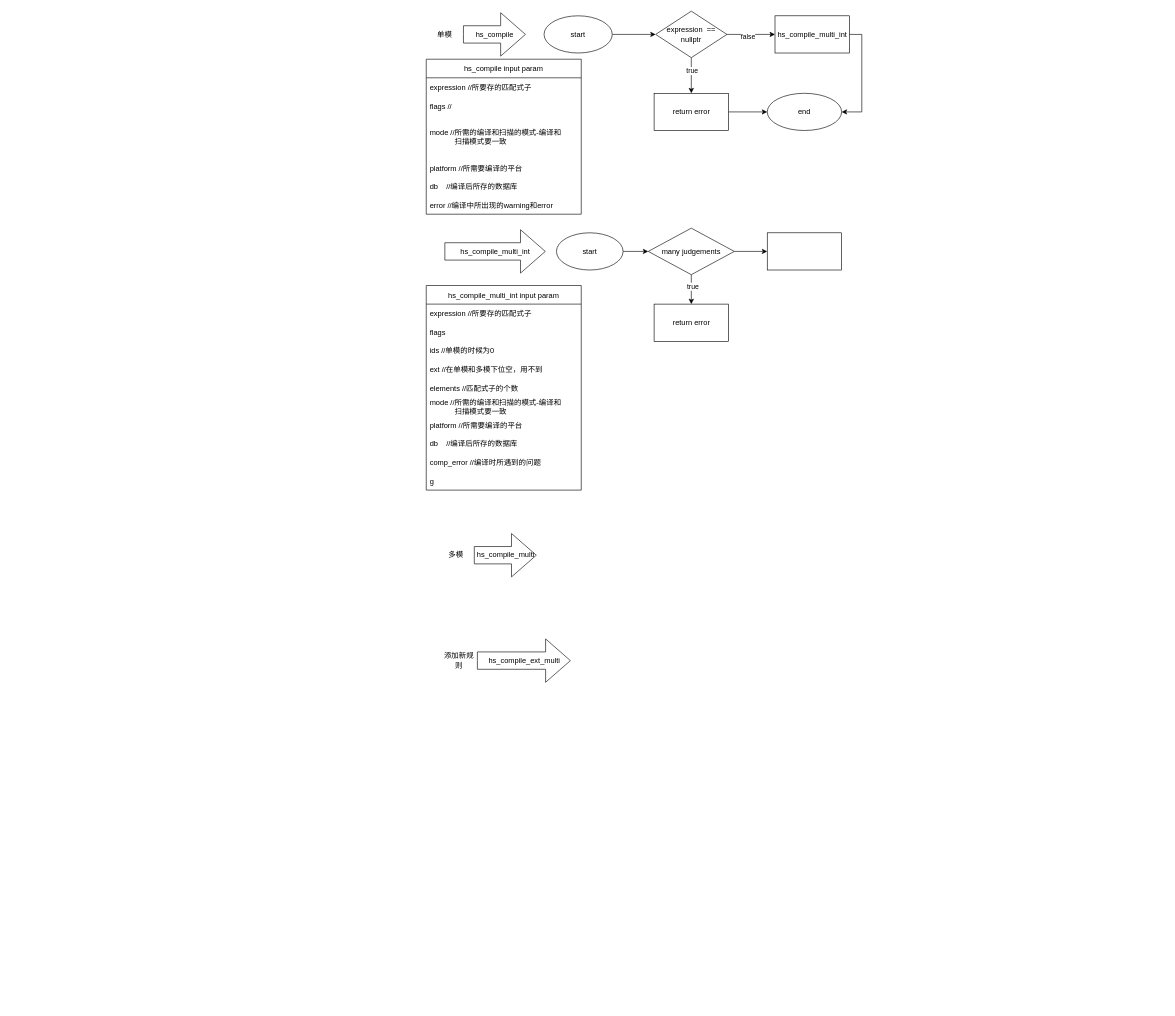
The draw.io diagram HyperScan.drawio in ycyite/HyperScanLearning, before the edit. Source tidied: cells renumbered, new cells numbered last; positions are measured from the earlier drawing's top-left corner, leaving out a move shared by most shapes. Both pictures are drawn from the tidied source at 62%, with x=0, y=0 at pixel (426, 11).
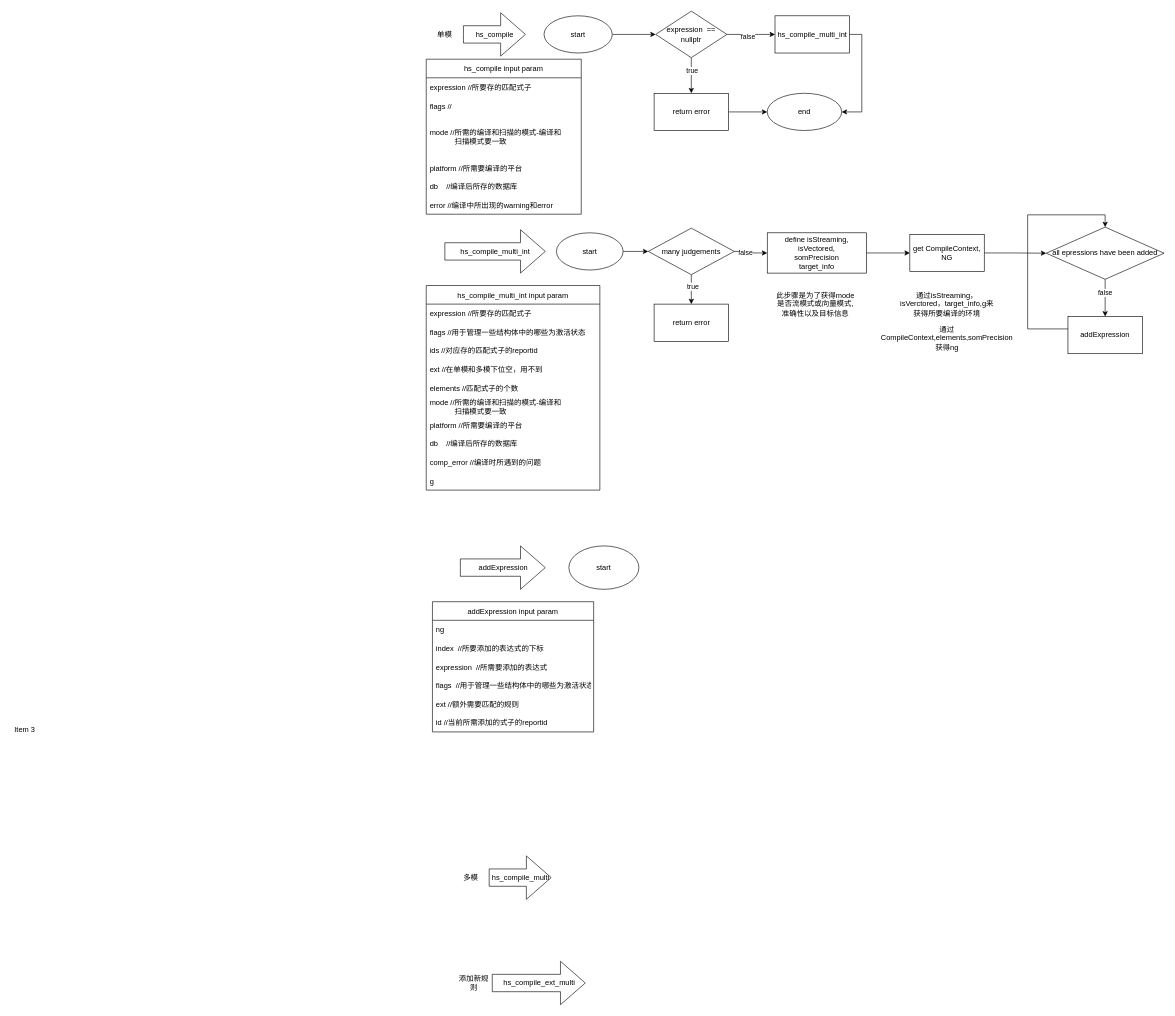
After the change.

Unchanged cells that the change refers to:
```xml
<mxCell id="43" style="edgeStyle=orthogonalEdgeStyle;rounded=0;jettySize=auto;html=1;" parent="1" edge="1" source="44" target="46">
  <mxGeometry relative="1" as="geometry" />
</mxCell>
```

Diff of the diagram source:
```diff
@@
     <mxCell id="3" value="hs_compile_multi" style="html=1;shadow=0;dashed=0;align=center;verticalAlign=middle;shape=mxgraph.arrows2.arrow;dy=0.6;dx=40;notch=0;" parent="1" vertex="1">
-      <mxGeometry x="77.5" y="842" width="100" height="70" as="geometry" />
+      <mxGeometry x="101.5" y="1362" width="100" height="70" as="geometry" />
     </mxCell>
@@
     <mxCell id="5" value="多模" style="text;html=1;strokeColor=none;fillColor=none;align=center;verticalAlign=middle;whiteSpace=wrap;rounded=0;" parent="1" vertex="1">
-      <mxGeometry x="17.5" y="862" width="60" height="30" as="geometry" />
+      <mxGeometry x="41.5" y="1382" width="60" height="30" as="geometry" />
     </mxCell>
     <mxCell id="6" value="hs_compile_ext_multi" style="html=1;shadow=0;dashed=0;align=center;verticalAlign=middle;shape=mxgraph.arrows2.arrow;dy=0.6;dx=40;notch=0;" parent="1" vertex="1">
-      <mxGeometry x="82.5" y="1012" width="150" height="70" as="geometry" />
+      <mxGeometry x="106.5" y="1532" width="150" height="70" as="geometry" />
     </mxCell>
     <mxCell id="7" value="添加新规则" style="text;html=1;strokeColor=none;fillColor=none;align=center;verticalAlign=middle;whiteSpace=wrap;rounded=0;" parent="1" vertex="1">
-      <mxGeometry x="22.5" y="1032" width="60" height="30" as="geometry" />
+      <mxGeometry x="46.5" y="1552" width="60" height="30" as="geometry" />
     </mxCell>
@@
     <mxCell id="28" value="hs_compile_multi_int input param" style="swimlane;fontStyle=0;horizontal=1;startSize=30;" parent="1" vertex="1">
-      <mxGeometry y="442" width="250" height="330" as="geometry" />
+      <mxGeometry y="442" width="280" height="330" as="geometry" />
     </mxCell>
     <mxCell id="29" value="expression //所要存的匹配式子" style="text;strokeColor=none;fillColor=none;align=left;verticalAlign=middle;spacingLeft=4;spacingRight=4;overflow=hidden;" parent="28" vertex="1">
-      <mxGeometry y="30" width="250" height="30" as="geometry" />
+      <mxGeometry y="30" width="280" height="30" as="geometry" />
     </mxCell>
-    <mxCell id="30" value="flags" style="text;strokeColor=none;fillColor=none;align=left;verticalAlign=middle;spacingLeft=4;spacingRight=4;overflow=hidden;" parent="28" vertex="1">
-      <mxGeometry y="60" width="250" height="30" as="geometry" />
+    <mxCell id="30" value="flags //用于管理一些结构体中的哪些为激活状态" style="text;strokeColor=none;fillColor=none;align=left;verticalAlign=middle;spacingLeft=4;spacingRight=4;overflow=hidden;" parent="28" vertex="1">
+      <mxGeometry y="60" width="280" height="30" as="geometry" />
     </mxCell>
-    <mxCell id="31" value="ids //单模的时候为0" style="text;strokeColor=none;fillColor=none;align=left;verticalAlign=middle;spacingLeft=4;spacingRight=4;overflow=hidden;" parent="28" vertex="1">
-      <mxGeometry y="90" width="250" height="30" as="geometry" />
+    <mxCell id="31" value="ids //对应存的匹配式子的reportid" style="text;strokeColor=none;fillColor=none;align=left;verticalAlign=middle;spacingLeft=4;spacingRight=4;overflow=hidden;" parent="28" vertex="1">
+      <mxGeometry y="90" width="280" height="30" as="geometry" />
     </mxCell>
     <mxCell id="32" value="ext //在单模和多模下位空，用不到" style="text;strokeColor=none;fillColor=none;align=left;verticalAlign=middle;spacingLeft=4;spacingRight=4;overflow=hidden;" parent="28" vertex="1">
-      <mxGeometry y="120" width="250" height="30" as="geometry" />
+      <mxGeometry y="120" width="280" height="30" as="geometry" />
     </mxCell>
     <mxCell id="33" value="elements //匹配式子的个数" style="text;strokeColor=none;fillColor=none;align=left;verticalAlign=middle;spacingLeft=4;spacingRight=4;overflow=hidden;" parent="28" vertex="1">
-      <mxGeometry y="150" width="250" height="30" as="geometry" />
+      <mxGeometry y="150" width="280" height="30" as="geometry" />
     </mxCell>
     <mxCell id="34" value="mode //所需的编译和扫描的模式-编译和&#10;            扫描模式要一致" style="text;strokeColor=none;fillColor=none;align=left;verticalAlign=middle;spacingLeft=4;spacingRight=4;overflow=hidden;" parent="28" vertex="1">
-      <mxGeometry y="180" width="250" height="30" as="geometry" />
+      <mxGeometry y="180" width="280" height="30" as="geometry" />
     </mxCell>
     <mxCell id="35" value="platform //所需要编译的平台" style="text;strokeColor=none;fillColor=none;align=left;verticalAlign=middle;spacingLeft=4;spacingRight=4;overflow=hidden;" parent="28" vertex="1">
-      <mxGeometry y="210" width="250" height="30" as="geometry" />
+      <mxGeometry y="210" width="280" height="30" as="geometry" />
     </mxCell>
     <mxCell id="36" value="db    //编译后所存的数据库" style="text;strokeColor=none;fillColor=none;align=left;verticalAlign=middle;spacingLeft=4;spacingRight=4;overflow=hidden;" parent="28" vertex="1">
-      <mxGeometry y="240" width="250" height="30" as="geometry" />
+      <mxGeometry y="240" width="280" height="30" as="geometry" />
     </mxCell>
     <mxCell id="37" value="comp_error //编译时所遇到的问题" style="text;strokeColor=none;fillColor=none;align=left;verticalAlign=middle;spacingLeft=4;spacingRight=4;overflow=hidden;" parent="28" vertex="1">
-      <mxGeometry y="270" width="250" height="30" as="geometry" />
+      <mxGeometry y="270" width="280" height="30" as="geometry" />
     </mxCell>
     <mxCell id="38" value="g" style="text;strokeColor=none;fillColor=none;align=left;verticalAlign=middle;spacingLeft=4;spacingRight=4;overflow=hidden;" parent="28" vertex="1">
-      <mxGeometry y="300" width="250" height="30" as="geometry" />
+      <mxGeometry y="300" width="280" height="30" as="geometry" />
     </mxCell>
@@
+    <mxCell id="47" value="false" style="edgeLabel;html=1;align=center;verticalAlign=middle;" parent="43" vertex="1">
+      <mxGeometry x="-0.36" y="-1" relative="1" as="geometry" />
+    </mxCell>
@@
+    <mxCell id="48" style="edgeStyle=orthogonalEdgeStyle;rounded=0;jettySize=auto;html=1;" parent="1" edge="1" source="46" target="51">
+      <mxGeometry relative="1" as="geometry" />
+    </mxCell>
-    <mxCell id="46" style="whiteSpace=wrap;html=1;" parent="1" vertex="1">
-      <mxGeometry x="550" y="357" width="120" height="60" as="geometry" />
+    <mxCell id="46" value="define isStreaming,&lt;br&gt;isVectored,&lt;br&gt;somPrecision&lt;br&gt;target_info" style="whiteSpace=wrap;html=1;" parent="1" vertex="1">
+      <mxGeometry x="550" y="357" width="160" height="65" as="geometry" />
     </mxCell>
+    <mxCell id="49" value="此步骤是为了获得mode是否流模式或向量模式,准确性以及目标信息" style="text;html=1;strokeColor=none;fillColor=none;align=center;verticalAlign=middle;whiteSpace=wrap;rounded=0;" parent="1" vertex="1">
+      <mxGeometry x="562.5" y="442" width="130" height="60" as="geometry" />
+    </mxCell>
+    <mxCell id="50" style="edgeStyle=orthogonalEdgeStyle;rounded=0;jettySize=auto;html=1;" parent="1" edge="1" source="51" target="56">
+      <mxGeometry relative="1" as="geometry" />
+    </mxCell>
+    <mxCell id="51" value="get CompileContext, NG" style="whiteSpace=wrap;html=1;" parent="1" vertex="1">
+      <mxGeometry x="780" y="359.5" width="120" height="60" as="geometry" />
+    </mxCell>
+    <mxCell id="52" value="通过isStreaming，isVerctored，target_info,g来获得所要编译的环境" style="text;html=1;strokeColor=none;fillColor=none;align=center;verticalAlign=middle;whiteSpace=wrap;rounded=0;" parent="1" vertex="1">
+      <mxGeometry x="760" y="452" width="160" height="40" as="geometry" />
+    </mxCell>
+    <mxCell id="53" value="通过CompileContext,elements,somPrecision获得ng" style="text;html=1;strokeColor=none;fillColor=none;align=center;verticalAlign=middle;whiteSpace=wrap;rounded=0;" parent="1" vertex="1">
+      <mxGeometry x="730" y="502" width="220" height="50" as="geometry" />
+    </mxCell>
+    <mxCell id="54" style="edgeStyle=orthogonalEdgeStyle;rounded=0;jettySize=auto;html=1;" parent="1" edge="1" source="56" target="58">
+      <mxGeometry relative="1" as="geometry" />
+    </mxCell>
+    <mxCell id="55" value="false" style="edgeLabel;html=1;align=center;verticalAlign=middle;" parent="54" vertex="1">
+      <mxGeometry x="-0.31" y="-1" relative="1" as="geometry" />
+    </mxCell>
+    <mxCell id="56" value="all epressions have been added" style="rhombus;whiteSpace=wrap;html=1;" parent="1" vertex="1">
+      <mxGeometry x="1000" y="347.8" width="190" height="84.2" as="geometry" />
+    </mxCell>
+    <mxCell id="57" style="edgeStyle=orthogonalEdgeStyle;rounded=0;jettySize=auto;html=1;entryX=0.5;entryY=0;entryDx=0;entryDy=0;" parent="1" edge="1" source="58" target="56">
+      <mxGeometry relative="1" as="geometry">
+        <Array as="points">
+          <mxPoint x="970" y="512" />
+          <mxPoint x="970" y="328" />
+          <mxPoint x="1095" y="328" />
+        </Array>
+      </mxGeometry>
+    </mxCell>
+    <mxCell id="58" value="addExpression" style="whiteSpace=wrap;html=1;" parent="1" vertex="1">
+      <mxGeometry x="1035" y="492" width="120" height="60" as="geometry" />
+    </mxCell>
+    <mxCell id="59" value="addExpression" style="html=1;shadow=0;dashed=0;align=center;verticalAlign=middle;shape=mxgraph.arrows2.arrow;dy=0.6;dx=40;notch=0;" parent="1" vertex="1">
+      <mxGeometry x="55" y="862" width="137" height="70" as="geometry" />
+    </mxCell>
+    <mxCell id="60" value="addExpression input param" style="swimlane;fontStyle=0;horizontal=1;startSize=30;" parent="1" vertex="1">
+      <mxGeometry x="10" y="952" width="260" height="210" as="geometry" />
+    </mxCell>
+    <mxCell id="61" value="ng" style="text;strokeColor=none;fillColor=none;align=left;verticalAlign=middle;spacingLeft=4;spacingRight=4;overflow=hidden;" parent="60" vertex="1">
+      <mxGeometry y="30" width="260" height="30" as="geometry" />
+    </mxCell>
+    <mxCell id="62" value="index  //所要添加的表达式的下标" style="text;strokeColor=none;fillColor=none;align=left;verticalAlign=middle;spacingLeft=4;spacingRight=4;overflow=hidden;" parent="60" vertex="1">
+      <mxGeometry y="60" width="260" height="30" as="geometry" />
+    </mxCell>
+    <mxCell id="63" value="expression  //所需要添加的表达式" style="text;strokeColor=none;fillColor=none;align=left;verticalAlign=middle;spacingLeft=4;spacingRight=4;overflow=hidden;" parent="60" vertex="1">
+      <mxGeometry y="90" width="260" height="30" as="geometry" />
+    </mxCell>
+    <mxCell id="64" value="flags  //用于管理一些结构体中的哪些为激活状态" style="text;strokeColor=none;fillColor=none;align=left;verticalAlign=middle;spacingLeft=4;spacingRight=4;overflow=hidden;" parent="60" vertex="1">
+      <mxGeometry y="120" width="260" height="30" as="geometry" />
+    </mxCell>
+    <mxCell id="65" value="ext //额外需要匹配的规则" style="text;strokeColor=none;fillColor=none;align=left;verticalAlign=middle;spacingLeft=4;spacingRight=4;overflow=hidden;" parent="60" vertex="1">
+      <mxGeometry y="150" width="260" height="30" as="geometry" />
+    </mxCell>
+    <mxCell id="66" value="id //当前所需添加的式子的reportid" style="text;strokeColor=none;fillColor=none;align=left;verticalAlign=middle;spacingLeft=4;spacingRight=4;overflow=hidden;" parent="60" vertex="1">
+      <mxGeometry y="180" width="260" height="30" as="geometry" />
+    </mxCell>
+    <mxCell id="67" value="Item 3" style="text;strokeColor=none;fillColor=none;align=left;verticalAlign=middle;spacingLeft=4;spacingRight=4;overflow=hidden;" parent="1" vertex="1">
+      <mxGeometry x="-670" y="1142" width="230" height="30" as="geometry" />
+    </mxCell>
+    <mxCell id="68" value="start" style="ellipse;whiteSpace=wrap;html=1;" parent="1" vertex="1">
+      <mxGeometry x="230" y="862" width="113" height="70" as="geometry" />
+    </mxCell>
```
